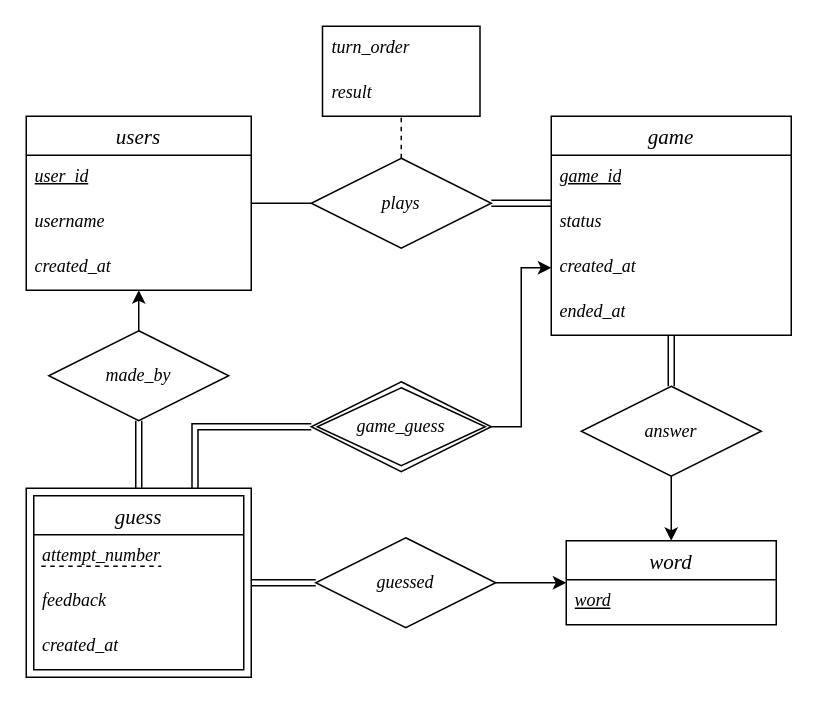
Before: ER-Diagram/Wordle_ER_Diagram.drawio in cmsc447-capstone/shared-state-wordle, a draw.io diagram. Source tidied: cells renumbered, new cells numbered last; positions are measured from the earlier drawing's top-left corner, leaving out a move shared by most shapes. Both pictures are drawn from the tidied source at 150%, with x=0, y=0 at pixel (26, 26).
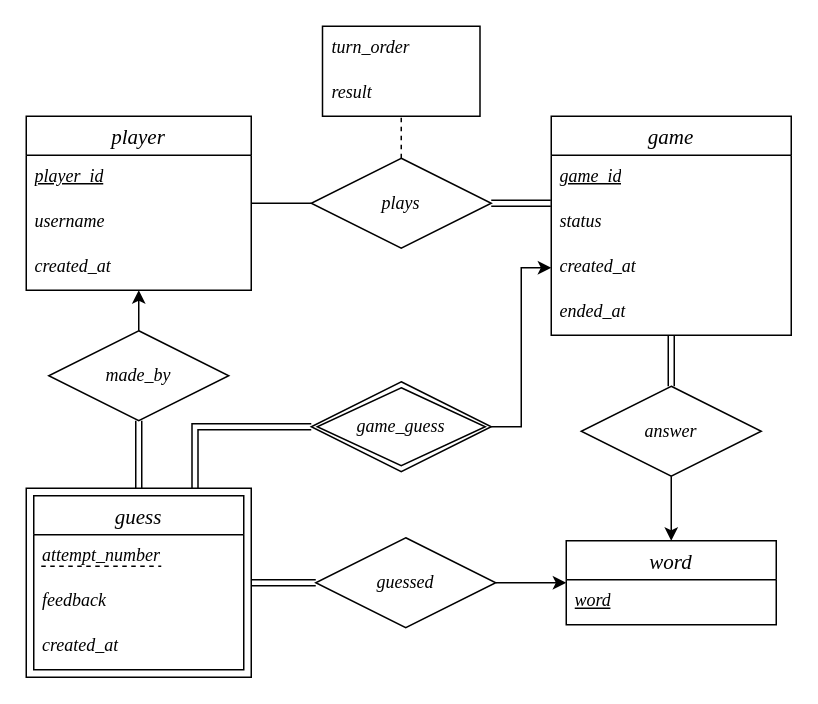
The same page after the edit.

Commit message (it also covers changes not shown here):
renamed users to player

Diff of the diagram source:
```diff
@@
-    <mxCell id="5" value="users" style="swimlane;fontStyle=2;horizontal=1;startSize=26;align=center;fontSize=14;fontFamily=Times New Roman;" parent="1" vertex="1">
+    <mxCell id="5" value="player" style="swimlane;fontStyle=2;horizontal=1;startSize=26;align=center;fontSize=14;fontFamily=Times New Roman;" parent="1" vertex="1">
       <mxGeometry y="60" width="150" height="116" as="geometry" />
     </mxCell>
-    <mxCell id="6" value="&lt;u&gt;user_id&lt;/u&gt;" style="text;strokeColor=none;fillColor=none;spacingLeft=4;spacingRight=4;overflow=hidden;fontSize=12;whiteSpace=wrap;html=1;fontStyle=2;fontFamily=Times New Roman;" parent="5" vertex="1">
+    <mxCell id="6" value="&lt;u&gt;player_id&lt;/u&gt;" style="text;strokeColor=none;fillColor=none;spacingLeft=4;spacingRight=4;overflow=hidden;fontSize=12;whiteSpace=wrap;html=1;fontStyle=2;fontFamily=Times New Roman;" parent="5" vertex="1">
       <mxGeometry y="26" width="150" height="30" as="geometry" />
     </mxCell>
```
